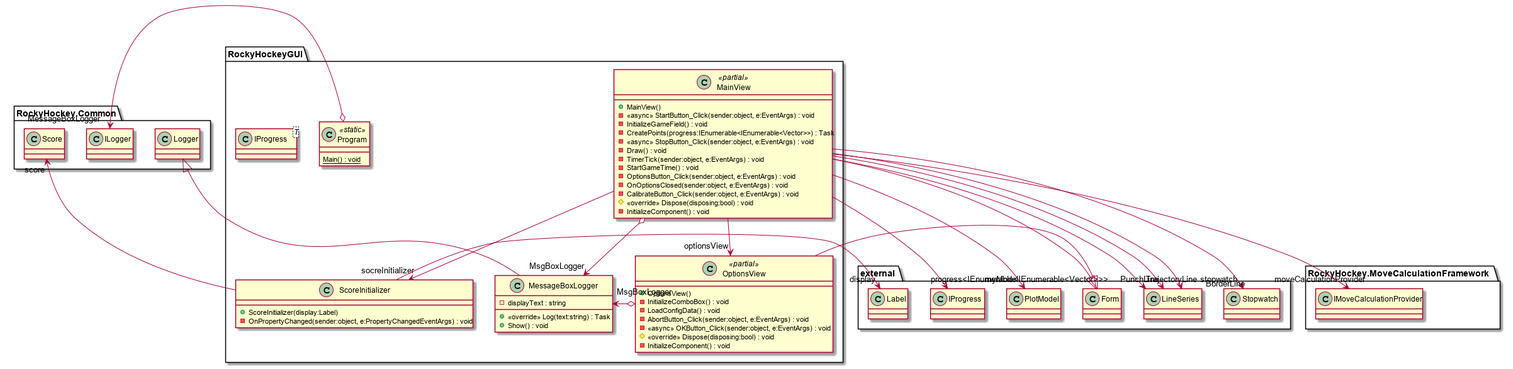
This is diagrams/RockyHockeyGUI.png from R-Studios/Rocky-Hockey-IV, a PlantUML export, as it was before one commit. The source it was exported from:
```plantuml
@startuml
namespace RockyHockeyGUI {
	class MainView <<partial>> {
	    + MainView()
	    - <<async>> StartButton_Click(sender:object, e:EventArgs) : void
	    - InitializeGameField() : void
	    - CreatePoints(progress:IEnumerable<IEnumerable<Vector>>) : Task
	    - <<async>> StopButton_Click(sender:object, e:EventArgs) : void
	    - Draw() : void
	    - TimerTick(sender:object, e:EventArgs) : void
	    - StartGameTime() : void
	    - OptionsButton_Click(sender:object, e:EventArgs) : void
	    - OnOptionsClosed(sender:object, e:EventArgs) : void
	    - CalibrateButton_Click(sender:object, e:EventArgs) : void
	}
	class IProgress<T> {
	}
	external.Form <|-- MainView
	MainView --> "myModel" external.PlotModel
	MainView --> "progress<IEnumerable<IEnumerable<Vector>>>" external.IProgress
	MainView --> "optionsView" RockyHockeyGUI.OptionsView
	MainView --> "stopwatch" external.Stopwatch
	MainView --> "socreInitializer" ScoreInitializer
	MainView --> "moveCalculationProvider" RockyHockey.MoveCalculationFramework.IMoveCalculationProvider
	MainView o-> "MsgBoxLogger" MessageBoxLogger
	MainView --> "TrajectoryLine" external.LineSeries
	MainView --> "PunchLine" external.LineSeries
	MainView --> "BorderLine" external.LineSeries
}
namespace RockyHockeyGUI {
	class MainView <<partial>> {
	    # <<override>> Dispose(disposing:bool) : void
	    - InitializeComponent() : void
	}
}
namespace RockyHockeyGUI {
	class MessageBoxLogger {
	    - displayText : string
	    + <<override>> Log(text:string) : Task
	    + Show() : void
	}
	RockyHockey.Common.Logger <|-- MessageBoxLogger
}
namespace RockyHockeyGUI {
	class OptionsView <<partial>> {
	    + OptionsView()
	    - InitializeComboBox() : void
	    - LoadConfigData() : void
	    - AbortButton_Click(sender:object, e:EventArgs) : void
	    - <<async>> OKButton_Click(sender:object, e:EventArgs) : void
	}
	external.Form <|-- OptionsView
	OptionsView o-> "MsgBoxLogger" MessageBoxLogger
}
namespace RockyHockeyGUI {
	class OptionsView <<partial>> {
	    # <<override>> Dispose(disposing:bool) : void
	    - InitializeComponent() : void
	}
}
namespace RockyHockeyGUI {
	class Program <<static>> {
	    {static} Main() : void
	}
	Program o-> "MessageBoxLogger" RockyHockey.Common.ILogger
}
namespace RockyHockeyGUI {
	class ScoreInitializer {
	    + ScoreInitializer(display:Label)
	    - OnPropertyChanged(sender:object, e:PropertyChangedEventArgs) : void
	}
	ScoreInitializer --> "score" RockyHockey.Common.Score
	ScoreInitializer --> "display" external.Label
}
@enduml
```
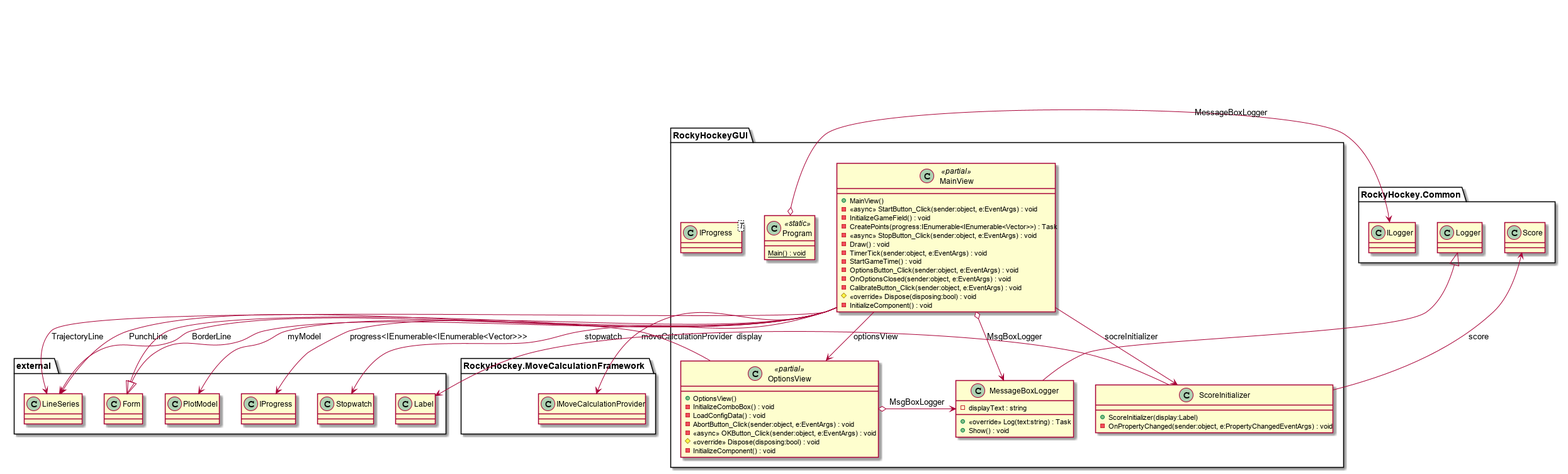
The same file after the commit.

Change to the diagram source:
```diff
@@ -16,16 +16,16 @@
 	class IProgress<T> {
 	}
 	external.Form <|-- MainView
-	MainView --> "myModel" external.PlotModel
-	MainView --> "progress<IEnumerable<IEnumerable<Vector>>>" external.IProgress
-	MainView --> "optionsView" RockyHockeyGUI.OptionsView
-	MainView --> "stopwatch" external.Stopwatch
-	MainView --> "socreInitializer" ScoreInitializer
-	MainView --> "moveCalculationProvider" RockyHockey.MoveCalculationFramework.IMoveCalculationProvider
-	MainView o-> "MsgBoxLogger" MessageBoxLogger
-	MainView --> "TrajectoryLine" external.LineSeries
-	MainView --> "PunchLine" external.LineSeries
-	MainView --> "BorderLine" external.LineSeries
+	MainView --> external.PlotModel : myModel
+	MainView --> external.IProgress : progress<IEnumerable<IEnumerable<Vector>>>
+	MainView --> RockyHockeyGUI.OptionsView : optionsView
+	MainView --> external.Stopwatch : stopwatch
+	MainView --> ScoreInitializer : socreInitializer
+	MainView --> RockyHockey.MoveCalculationFramework.IMoveCalculationProvider : moveCalculationProvider
+	MainView o-> MessageBoxLogger : MsgBoxLogger
+	MainView --> external.LineSeries : TrajectoryLine
+	MainView --> external.LineSeries : PunchLine
+	MainView --> external.LineSeries : BorderLine
 }
 namespace RockyHockeyGUI {
 	class MainView <<partial>> {
@@ -50,7 +50,7 @@
 	    - <<async>> OKButton_Click(sender:object, e:EventArgs) : void
 	}
 	external.Form <|-- OptionsView
-	OptionsView o-> "MsgBoxLogger" MessageBoxLogger
+	OptionsView o-> MessageBoxLogger : MsgBoxLogger
 }
 namespace RockyHockeyGUI {
 	class OptionsView <<partial>> {
@@ -62,14 +62,14 @@
 	class Program <<static>> {
 	    {static} Main() : void
 	}
-	Program o-> "MessageBoxLogger" RockyHockey.Common.ILogger
+	Program o-> RockyHockey.Common.ILogger : MessageBoxLogger
 }
 namespace RockyHockeyGUI {
 	class ScoreInitializer {
 	    + ScoreInitializer(display:Label)
 	    - OnPropertyChanged(sender:object, e:PropertyChangedEventArgs) : void
 	}
-	ScoreInitializer --> "score" RockyHockey.Common.Score
-	ScoreInitializer --> "display" external.Label
+	ScoreInitializer --> RockyHockey.Common.Score : score
+	ScoreInitializer --> external.Label : display
 }
 @enduml
```
